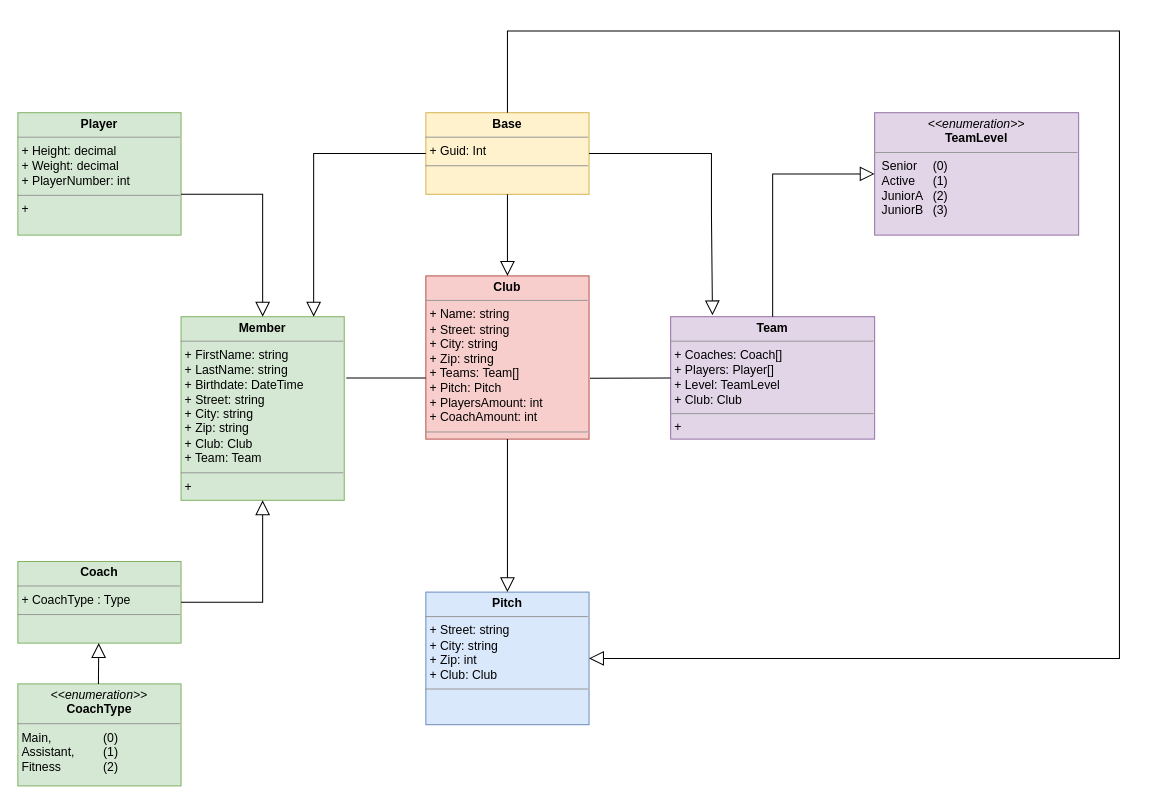
harismkhan/ClubManagement keeps this draw.io diagram as docs/Klassendiagramm.drawio. Above is the earlier version. Source tidied: cells renumbered, new cells numbered last; positions are measured from the earlier drawing's top-left corner, leaving out a move shared by most shapes. Both pictures are drawn from the tidied source at 102%, with x=0, y=0 at pixel (17, 31).
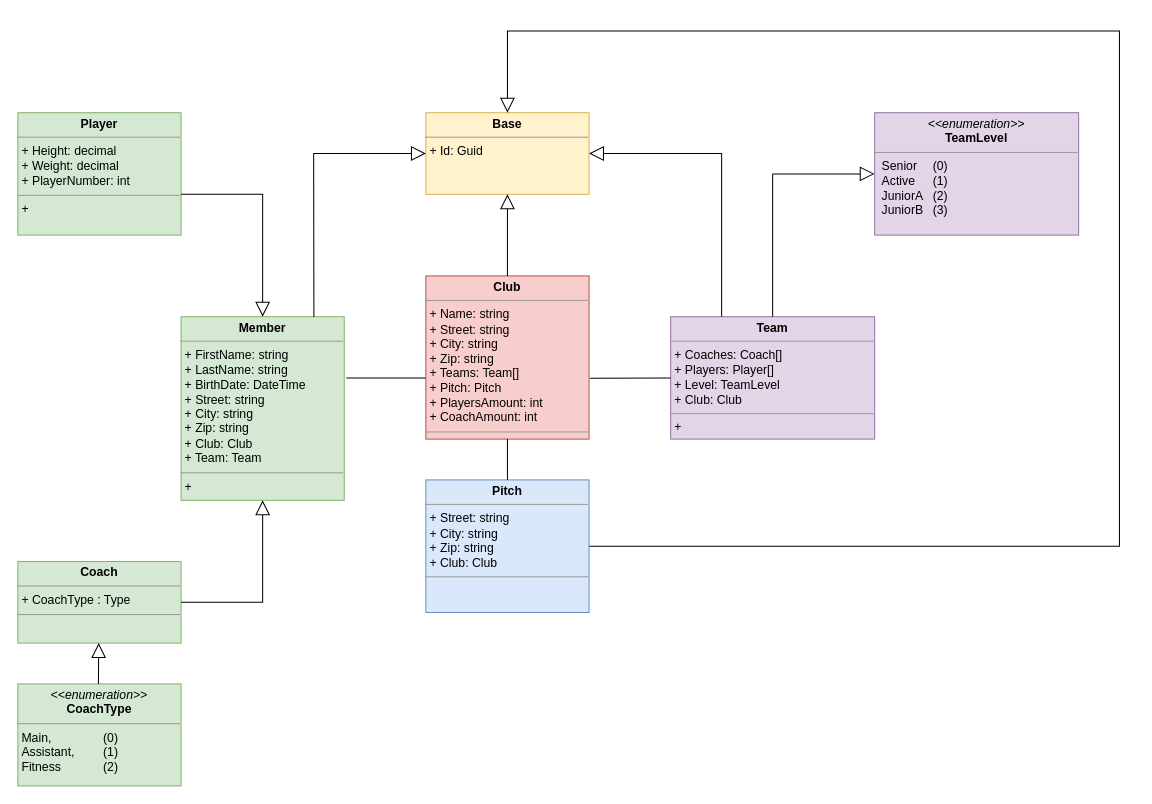
The same diagram, later.

Commit message (it also covers changes not shown here):
Edited the class diagram.

Unchanged cells that the change refers to:
```xml
<mxCell id="2" value="&lt;p style=&quot;margin: 0px ; margin-top: 4px ; text-align: center&quot;&gt;&lt;b&gt;Club&lt;/b&gt;&lt;/p&gt;&lt;hr size=&quot;1&quot;&gt;&lt;p style=&quot;margin: 0px ; margin-left: 4px&quot;&gt;+ Name: string&lt;/p&gt;&lt;p style=&quot;margin: 0px ; margin-left: 4px&quot;&gt;+ Street: string&lt;/p&gt;&lt;p style=&quot;margin: 0px 0px 0px 4px&quot;&gt;+ City: string&lt;/p&gt;&lt;div&gt;&lt;p style=&quot;margin: 0px 0px 0px 4px&quot;&gt;+ Zip: string&lt;/p&gt;&lt;/div&gt;&lt;p style=&quot;margin: 0px ; margin-left: 4px&quot;&gt;+ Teams: Team[]&lt;/p&gt;&lt;p style=&quot;margin: 0px ; margin-left: 4px&quot;&gt;+ Pitch: Pitch&lt;/p&gt;&lt;p style=&quot;margin: 0px ; margin-left: 4px&quot;&gt;+ PlayersAmount: int&lt;/p&gt;&lt;p style=&quot;margin: 0px ; margin-left: 4px&quot;&gt;+ CoachAmount: int&lt;/p&gt;&lt;hr size=&quot;1&quot;&gt;&lt;p style=&quot;margin: 0px ; margin-left: 4px&quot;&gt;&lt;br&gt;&lt;/p&gt;" style="verticalAlign=top;align=left;overflow=fill;fontSize=12;fontFamily=Helvetica;html=1;fillColor=#f8cecc;strokeColor=#b85450;" parent="1" vertex="1">
  <mxGeometry x="400" y="240" width="160" height="160" as="geometry" />
</mxCell>
<mxCell id="4" value="&lt;p style=&quot;margin: 0px ; margin-top: 4px ; text-align: center&quot;&gt;&lt;b&gt;Team&lt;/b&gt;&lt;/p&gt;&lt;hr size=&quot;1&quot;&gt;&lt;p style=&quot;margin: 0px ; margin-left: 4px&quot;&gt;+ Coaches: Coach[]&lt;/p&gt;&lt;p style=&quot;margin: 0px ; margin-left: 4px&quot;&gt;+ Players: Player[]&lt;/p&gt;&lt;p style=&quot;margin: 0px ; margin-left: 4px&quot;&gt;&lt;span&gt;+ Level: TeamLevel&lt;/span&gt;&lt;br&gt;&lt;/p&gt;&lt;p style=&quot;margin: 0px ; margin-left: 4px&quot;&gt;&lt;span&gt;+ Club: Club&lt;/span&gt;&lt;/p&gt;&lt;hr size=&quot;1&quot;&gt;&lt;p style=&quot;margin: 0px ; margin-left: 4px&quot;&gt;+&amp;nbsp;&lt;/p&gt;" style="verticalAlign=top;align=left;overflow=fill;fontSize=12;fontFamily=Helvetica;html=1;fillColor=#e1d5e7;strokeColor=#9673a6;" parent="1" vertex="1">
  <mxGeometry x="640" y="280" width="200" height="120" as="geometry" />
</mxCell>
```

The edit, as a diff of the source:
```diff
@@
-    <mxCell id="3" value="&lt;p style=&quot;margin: 0px ; margin-top: 4px ; text-align: center&quot;&gt;&lt;b&gt;Pitch&lt;/b&gt;&lt;/p&gt;&lt;hr size=&quot;1&quot;&gt;&lt;p style=&quot;margin: 0px 0px 0px 4px&quot;&gt;+ Street: string&lt;/p&gt;&lt;p style=&quot;margin: 0px 0px 0px 4px&quot;&gt;+ City: string&lt;/p&gt;&lt;p style=&quot;margin: 0px ; margin-left: 4px&quot;&gt;&lt;span&gt;+ Zip: int&lt;/span&gt;&lt;/p&gt;&lt;p style=&quot;margin: 0px ; margin-left: 4px&quot;&gt;&lt;span&gt;+ Club: Club&lt;/span&gt;&lt;br&gt;&lt;/p&gt;&lt;hr size=&quot;1&quot;&gt;&lt;p style=&quot;margin: 0px ; margin-left: 4px&quot;&gt;&lt;br&gt;&lt;/p&gt;" style="verticalAlign=top;align=left;overflow=fill;fontSize=12;fontFamily=Helvetica;html=1;fillColor=#dae8fc;strokeColor=#6c8ebf;" parent="1" vertex="1">
-      <mxGeometry x="400" y="550" width="160" height="130" as="geometry" />
-    </mxCell>
@@
-    <mxCell id="6" value="&lt;p style=&quot;margin: 0px ; margin-top: 4px ; text-align: center&quot;&gt;&lt;b&gt;Member&lt;/b&gt;&lt;/p&gt;&lt;hr size=&quot;1&quot;&gt;&lt;p style=&quot;margin: 0px ; margin-left: 4px&quot;&gt;+ FirstName: string&lt;/p&gt;&lt;p style=&quot;margin: 0px ; margin-left: 4px&quot;&gt;+ LastName: string&lt;/p&gt;&lt;p style=&quot;margin: 0px ; margin-left: 4px&quot;&gt;+ Birthdate: DateTime&lt;/p&gt;&lt;p style=&quot;margin: 0px 0px 0px 4px&quot;&gt;+ Street: string&lt;/p&gt;&lt;p style=&quot;margin: 0px 0px 0px 4px&quot;&gt;+ City: string&lt;/p&gt;&lt;p style=&quot;margin: 0px ; margin-left: 4px&quot;&gt;&lt;span&gt;+ Zip: string&lt;/span&gt;&lt;/p&gt;&lt;p style=&quot;margin: 0px ; margin-left: 4px&quot;&gt;&lt;span&gt;+ Club: Club&lt;/span&gt;&lt;br&gt;&lt;/p&gt;&lt;p style=&quot;margin: 0px ; margin-left: 4px&quot;&gt;+ Team: Team&lt;/p&gt;&lt;hr size=&quot;1&quot;&gt;&lt;p style=&quot;margin: 0px ; margin-left: 4px&quot;&gt;+&amp;nbsp;&lt;/p&gt;" style="verticalAlign=top;align=left;overflow=fill;fontSize=12;fontFamily=Helvetica;html=1;fillColor=#d5e8d4;strokeColor=#82b366;" parent="1" vertex="1">
+    <mxCell id="6" value="&lt;p style=&quot;margin: 0px ; margin-top: 4px ; text-align: center&quot;&gt;&lt;b&gt;Member&lt;/b&gt;&lt;/p&gt;&lt;hr size=&quot;1&quot;&gt;&lt;p style=&quot;margin: 0px ; margin-left: 4px&quot;&gt;+ FirstName: string&lt;/p&gt;&lt;p style=&quot;margin: 0px ; margin-left: 4px&quot;&gt;+ LastName: string&lt;/p&gt;&lt;p style=&quot;margin: 0px ; margin-left: 4px&quot;&gt;+ BirthDate: DateTime&lt;/p&gt;&lt;p style=&quot;margin: 0px 0px 0px 4px&quot;&gt;+ Street: string&lt;/p&gt;&lt;p style=&quot;margin: 0px 0px 0px 4px&quot;&gt;+ City: string&lt;/p&gt;&lt;p style=&quot;margin: 0px ; margin-left: 4px&quot;&gt;&lt;span&gt;+ Zip: string&lt;/span&gt;&lt;/p&gt;&lt;p style=&quot;margin: 0px ; margin-left: 4px&quot;&gt;&lt;span&gt;+ Club: Club&lt;/span&gt;&lt;br&gt;&lt;/p&gt;&lt;p style=&quot;margin: 0px ; margin-left: 4px&quot;&gt;+ Team: Team&lt;/p&gt;&lt;hr size=&quot;1&quot;&gt;&lt;p style=&quot;margin: 0px ; margin-left: 4px&quot;&gt;+&amp;nbsp;&lt;/p&gt;" style="verticalAlign=top;align=left;overflow=fill;fontSize=12;fontFamily=Helvetica;html=1;fillColor=#d5e8d4;strokeColor=#82b366;" parent="1" vertex="1">
       <mxGeometry x="160" y="280" width="160" height="180" as="geometry" />
     </mxCell>
@@
-    <mxCell id="14" value="&lt;p style=&quot;margin: 0px ; margin-top: 4px ; text-align: center&quot;&gt;&lt;b&gt;Base&lt;/b&gt;&lt;/p&gt;&lt;hr size=&quot;1&quot;&gt;&lt;p style=&quot;margin: 0px ; margin-left: 4px&quot;&gt;+ Guid: Int&lt;/p&gt;&lt;hr size=&quot;1&quot;&gt;&lt;p style=&quot;margin: 0px ; margin-left: 4px&quot;&gt;&lt;br&gt;&lt;/p&gt;" style="verticalAlign=top;align=left;overflow=fill;fontSize=12;fontFamily=Helvetica;html=1;fillColor=#fff2cc;strokeColor=#d6b656;" parent="1" vertex="1">
+    <mxCell id="14" value="&lt;p style=&quot;margin: 0px ; margin-top: 4px ; text-align: center&quot;&gt;&lt;b&gt;Base&lt;/b&gt;&lt;/p&gt;&lt;hr size=&quot;1&quot;&gt;&lt;p style=&quot;margin: 0px ; margin-left: 4px&quot;&gt;+ Id: Guid&lt;/p&gt;&lt;p style=&quot;margin: 0px ; margin-left: 4px&quot;&gt;&lt;br&gt;&lt;/p&gt;" style="verticalAlign=top;align=left;overflow=fill;fontSize=12;fontFamily=Helvetica;html=1;fillColor=#fff2cc;strokeColor=#d6b656;" parent="1" vertex="1">
       <mxGeometry x="400" y="80" width="160" height="80" as="geometry" />
     </mxCell>
@@
-    <mxCell id="17" style="edgeStyle=none;html=1;endSize=12;endArrow=block;endFill=0;rounded=0;entryX=0.5;entryY=0;entryDx=0;entryDy=0;exitX=0.5;exitY=1;exitDx=0;exitDy=0;" parent="1" edge="1" source="2">
-      <mxGeometry relative="1" as="geometry">
-        <mxPoint x="480" y="550" as="targetPoint" />
-        <Array as="points">
-          <mxPoint x="480" y="430" />
-        </Array>
-      </mxGeometry>
-    </mxCell>
-    <mxCell id="18" style="edgeStyle=none;html=1;endSize=12;endArrow=block;endFill=0;rounded=0;entryX=0.205;entryY=-0.012;entryDx=0;entryDy=0;exitX=1;exitY=0.5;exitDx=0;exitDy=0;entryPerimeter=0;" parent="1" edge="1" target="4">
+    <mxCell id="18" style="edgeStyle=none;html=1;endSize=12;endArrow=block;endFill=0;rounded=0;exitX=0.25;exitY=0;exitDx=0;exitDy=0;entryX=1;entryY=0.5;entryDx=0;entryDy=0;" parent="1" edge="1" source="4" target="14">
       <mxGeometry relative="1" as="geometry">
-        <mxPoint x="560" y="120" as="sourcePoint" />
         <Array as="points">
-          <mxPoint x="580" y="120" />
-          <mxPoint x="680" y="120" />
-          <mxPoint x="680" y="180" />
+          <mxPoint x="690" y="170" />
+          <mxPoint x="690" y="120" />
+          <mxPoint x="630" y="120" />
         </Array>
       </mxGeometry>
     </mxCell>
-    <mxCell id="19" style="edgeStyle=none;html=1;endSize=12;endArrow=block;endFill=0;rounded=0;entryX=0.5;entryY=0;entryDx=0;entryDy=0;exitX=0.5;exitY=1;exitDx=0;exitDy=0;" parent="1" edge="1" source="14" target="2">
+    <mxCell id="19" style="edgeStyle=none;html=1;endSize=12;endArrow=block;endFill=0;rounded=0;exitX=0.5;exitY=0;exitDx=0;exitDy=0;entryX=0.5;entryY=1;entryDx=0;entryDy=0;" parent="1" edge="1" source="2" target="14">
       <mxGeometry relative="1" as="geometry">
         <Array as="points">
           <mxPoint x="480" y="180" />
         </Array>
       </mxGeometry>
     </mxCell>
-    <mxCell id="20" style="edgeStyle=none;html=1;endSize=12;endArrow=block;endFill=0;rounded=0;entryX=0.5;entryY=0;entryDx=0;entryDy=0;exitX=0;exitY=0.5;exitDx=0;exitDy=0;" parent="1" edge="1" source="14">
+    <mxCell id="20" style="edgeStyle=none;html=1;endSize=12;endArrow=block;endFill=0;rounded=0;exitX=0.814;exitY=0.002;exitDx=0;exitDy=0;exitPerimeter=0;entryX=0;entryY=0.5;entryDx=0;entryDy=0;" parent="1" edge="1" source="6" target="14">
       <mxGeometry relative="1" as="geometry">
-        <mxPoint x="290" y="280" as="targetPoint" />
         <Array as="points">
           <mxPoint x="290" y="120" />
-          <mxPoint x="290" y="160" />
+          <mxPoint x="330" y="120" />
         </Array>
       </mxGeometry>
     </mxCell>
-    <mxCell id="21" style="edgeStyle=none;html=1;endSize=12;endArrow=block;endFill=0;rounded=0;entryX=1;entryY=0.5;entryDx=0;entryDy=0;exitX=0.5;exitY=0;exitDx=0;exitDy=0;" parent="1" edge="1" source="14" target="3">
+    <mxCell id="21" style="edgeStyle=none;html=1;endSize=12;endArrow=block;endFill=0;rounded=0;exitX=1;exitY=0.5;exitDx=0;exitDy=0;entryX=0.5;entryY=0;entryDx=0;entryDy=0;" parent="1" edge="1" source="3" target="14">
       <mxGeometry relative="1" as="geometry">
         <Array as="points">
+          <mxPoint x="1080" y="505" />
+          <mxPoint x="1080" />
           <mxPoint x="480" />
-          <mxPoint x="1080" />
-          <mxPoint x="1080" y="615" />
         </Array>
       </mxGeometry>
     </mxCell>
+    <mxCell id="3" value="&lt;p style=&quot;margin: 0px ; margin-top: 4px ; text-align: center&quot;&gt;&lt;b&gt;Pitch&lt;/b&gt;&lt;/p&gt;&lt;hr size=&quot;1&quot;&gt;&lt;p style=&quot;margin: 0px 0px 0px 4px&quot;&gt;+ Street: string&lt;/p&gt;&lt;p style=&quot;margin: 0px 0px 0px 4px&quot;&gt;+ City: string&lt;/p&gt;&lt;p style=&quot;margin: 0px ; margin-left: 4px&quot;&gt;&lt;span&gt;+ Zip: string&lt;/span&gt;&lt;/p&gt;&lt;p style=&quot;margin: 0px ; margin-left: 4px&quot;&gt;&lt;span&gt;+ Club: Club&lt;/span&gt;&lt;br&gt;&lt;/p&gt;&lt;hr size=&quot;1&quot;&gt;&lt;p style=&quot;margin: 0px ; margin-left: 4px&quot;&gt;&lt;br&gt;&lt;/p&gt;" style="verticalAlign=top;align=left;overflow=fill;fontSize=12;fontFamily=Helvetica;html=1;fillColor=#dae8fc;strokeColor=#6c8ebf;" parent="1" vertex="1">
+      <mxGeometry x="400" y="440" width="160" height="130" as="geometry" />
+    </mxCell>
+    <mxCell id="22" style="endArrow=none;html=1;rounded=0;exitX=0.5;exitY=1;exitDx=0;exitDy=0;entryX=0.5;entryY=0;entryDx=0;entryDy=0;" parent="1" edge="1" source="2" target="3">
+      <mxGeometry relative="1" as="geometry">
+        <Array as="points">
+          <mxPoint x="480" y="420" />
+        </Array>
+      </mxGeometry>
+    </mxCell>
```
